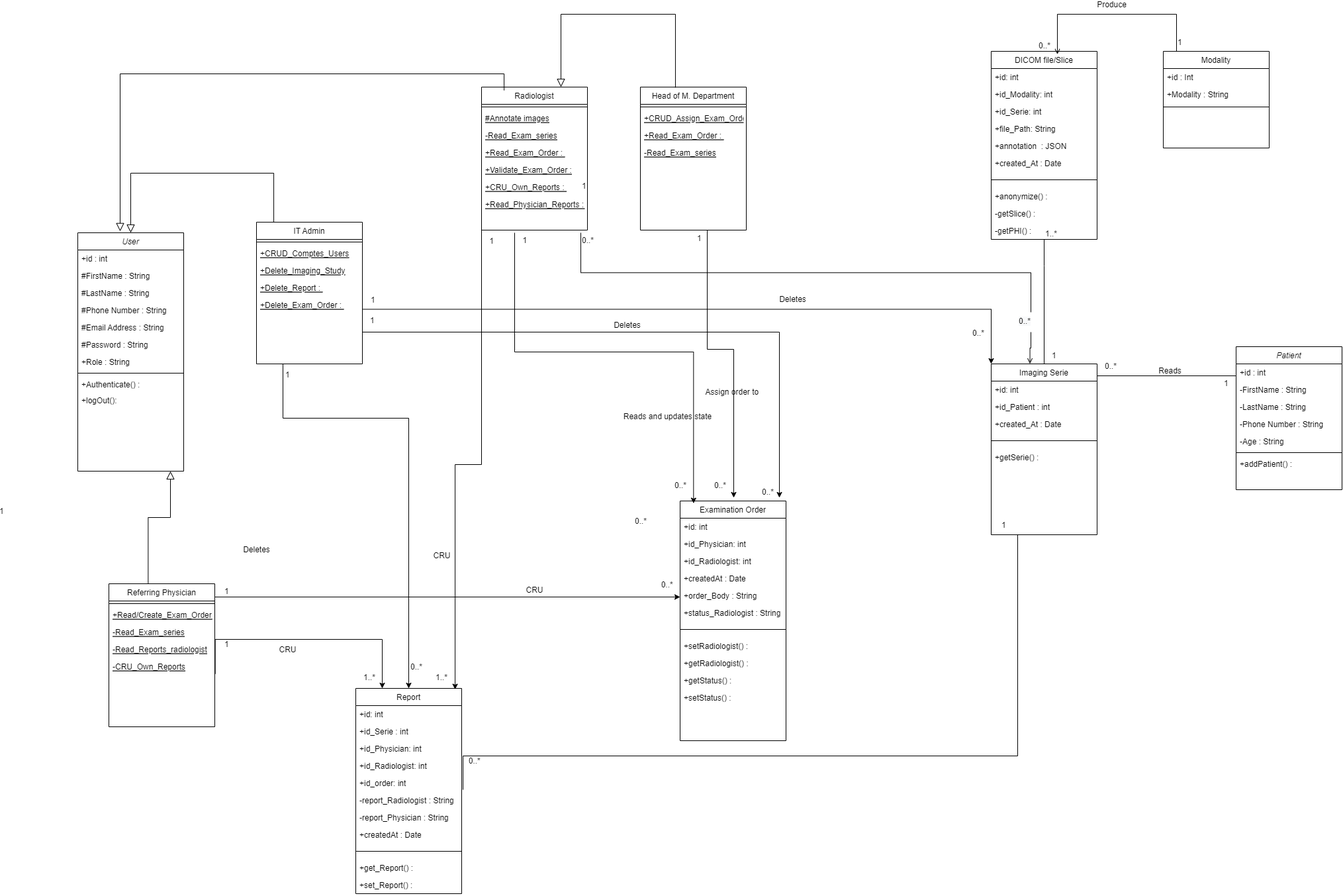
The draw.io diagram Conception/Class UML RICOM.png in mehdilagdimi/RICOM-, before a commit. Source tidied: cells renumbered, new cells last; positions are measured from the earlier drawing's top-left corner, leaving out a move shared by most shapes.
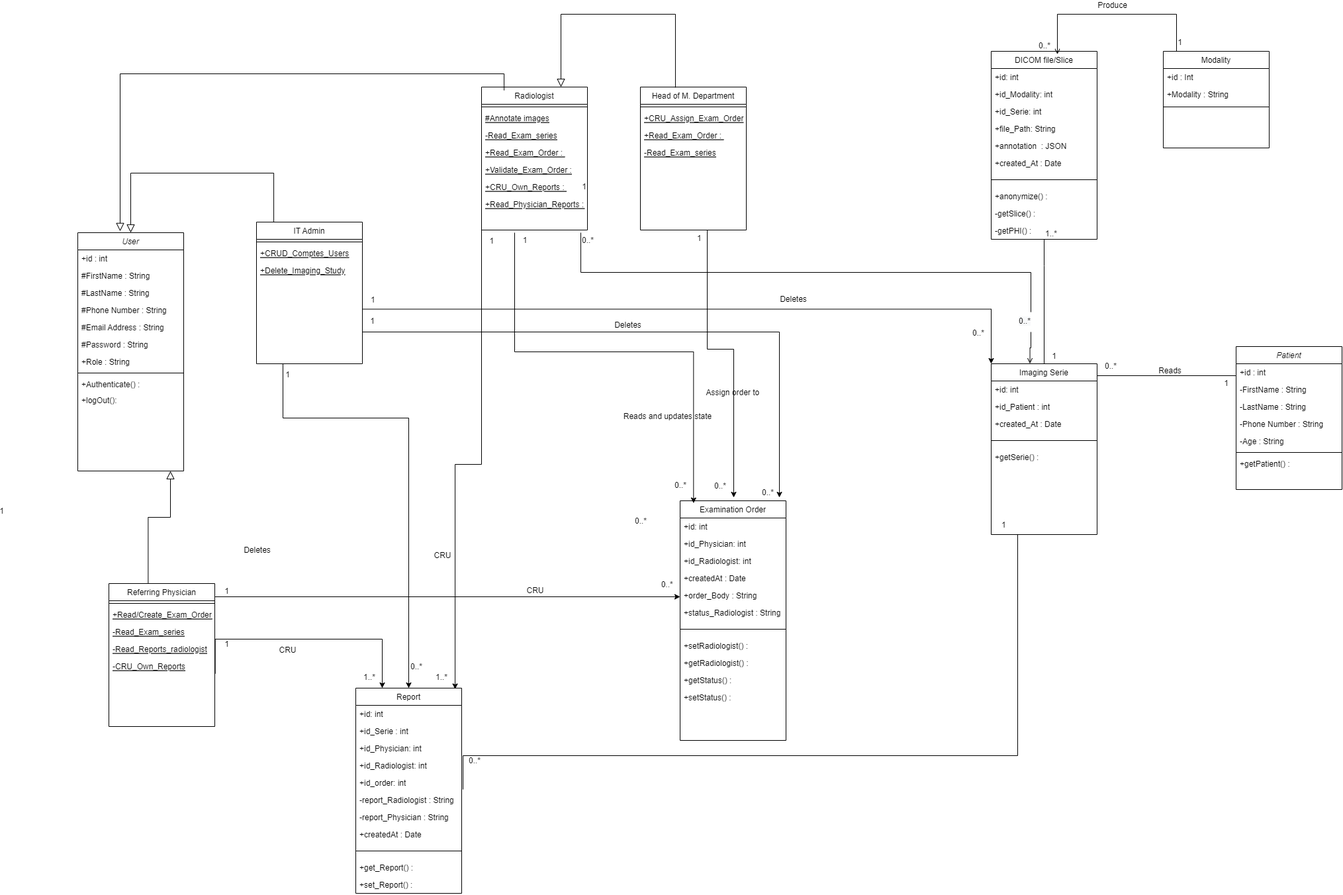
After the commit.

What changed in the source:
```diff
@@ -47,12 +47,6 @@
     <mxCell id="16" value="+Delete_Imaging_Study" style="text;align=left;verticalAlign=top;spacingLeft=4;spacingRight=4;overflow=hidden;fontStyle=4;" parent="13" vertex="1">
       <mxGeometry y="60" width="160" height="26" as="geometry" />
     </mxCell>
-    <mxCell id="17" value="+Delete_Report : " style="text;align=left;verticalAlign=top;spacingLeft=4;spacingRight=4;overflow=hidden;fontStyle=4;" parent="13" vertex="1">
-      <mxGeometry y="86" width="160" height="26" as="geometry" />
-    </mxCell>
-    <mxCell id="18" value="+Delete_Exam_Order : " style="text;align=left;verticalAlign=top;spacingLeft=4;spacingRight=4;overflow=hidden;fontStyle=4;" parent="13" vertex="1">
-      <mxGeometry y="112" width="160" height="26" as="geometry" />
-    </mxCell>
     <mxCell id="19" style="endArrow=block;endSize=10;endFill=0;shadow=0;strokeWidth=1;rounded=0;edgeStyle=elbowEdgeStyle;elbow=vertical;entryX=0.5;entryY=0;entryDx=0;entryDy=0;exitX=0.163;exitY=0;exitDx=0;exitDy=0;exitPerimeter=0;" parent="1" edge="1" source="13" target="2">
       <mxGeometry relative="1" as="geometry">
         <Array as="points">
@@ -185,7 +179,7 @@
     <mxCell id="53" style="line;html=1;strokeWidth=1;align=left;verticalAlign=middle;spacingTop=-1;spacingLeft=3;spacingRight=3;labelPosition=right;" parent="52" vertex="1">
       <mxGeometry y="26" width="160" height="8" as="geometry" />
     </mxCell>
-    <mxCell id="54" value="+CRUD_Assign_Exam_Order : " style="text;align=left;verticalAlign=top;spacingLeft=4;spacingRight=4;overflow=hidden;fontStyle=4;" parent="52" vertex="1">
+    <mxCell id="54" value="+CRU_Assign_Exam_Order : " style="text;align=left;verticalAlign=top;spacingLeft=4;spacingRight=4;overflow=hidden;fontStyle=4;" parent="52" vertex="1">
       <mxGeometry y="34" width="160" height="26" as="geometry" />
     </mxCell>
     <mxCell id="55" value="+Read_Exam_Order : " style="text;align=left;verticalAlign=top;spacingLeft=4;spacingRight=4;overflow=hidden;fontStyle=4;" parent="52" vertex="1">
@@ -519,7 +513,7 @@
     <mxCell id="124" style="line;html=1;strokeWidth=1;align=left;verticalAlign=middle;spacingTop=-1;spacingLeft=3;spacingRight=3;labelPosition=right;" parent="118" vertex="1">
       <mxGeometry y="156" width="160" height="8" as="geometry" />
     </mxCell>
-    <mxCell id="125" value="+addPatient() :" style="text;align=left;verticalAlign=top;spacingLeft=4;spacingRight=4;overflow=hidden;" parent="118" vertex="1">
+    <mxCell id="125" value="+getPatient() :" style="text;align=left;verticalAlign=top;spacingLeft=4;spacingRight=4;overflow=hidden;" parent="118" vertex="1">
       <mxGeometry y="164" width="160" height="26" as="geometry" />
     </mxCell>
     <mxCell id="126" style="endArrow=none;shadow=0;strokeWidth=1;rounded=0;endFill=0;edgeStyle=elbowEdgeStyle;elbow=vertical;exitX=0;exitY=0.5;exitDx=0;exitDy=0;strokeColor=default;entryX=1;entryY=0.5;entryDx=0;entryDy=0;" parent="1" edge="1" source="119" target="79">
```
